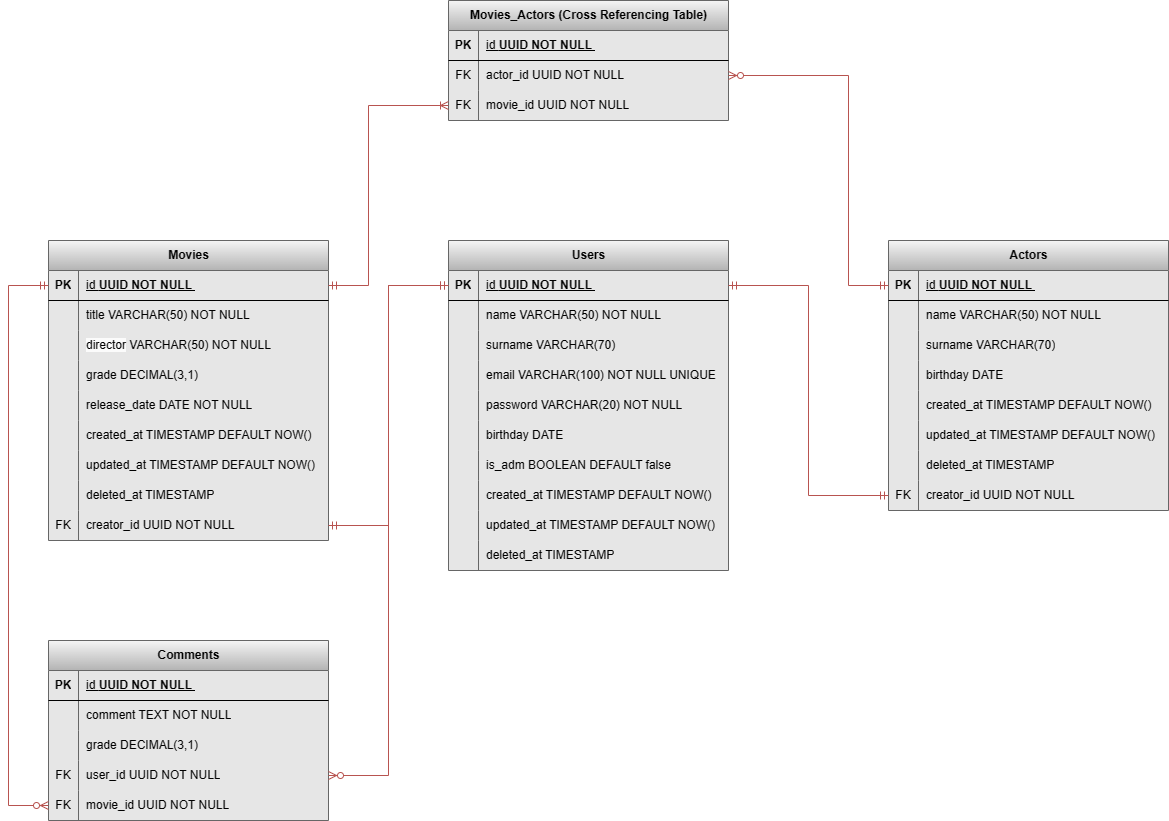
VinofSteel/cinema_grader keeps this draw.io diagram as api/c_grader DER.png. Above is the earlier version. Source tidied: cells renumbered, new cells last; positions are measured from the earlier drawing's top-left corner, leaving out a move shared by most shapes.
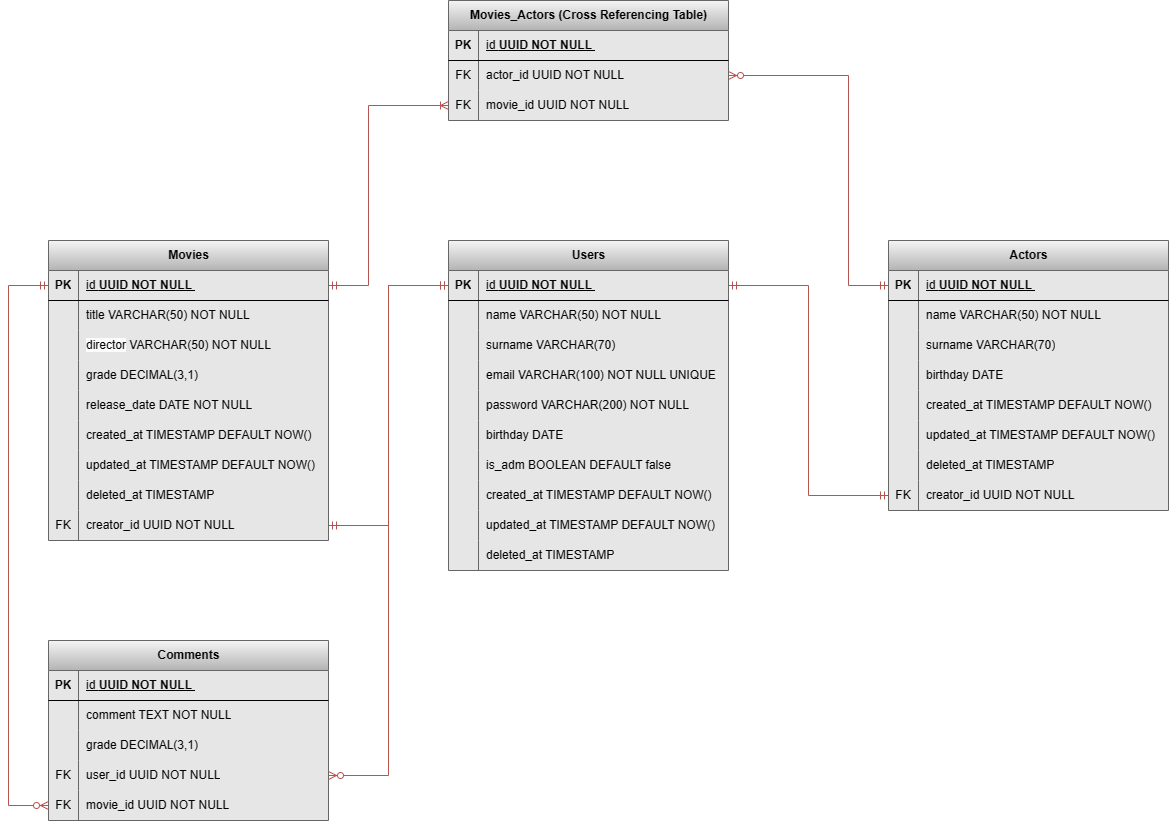
Later version of the same file.

Change to the diagram source:
```diff
@@ -47,7 +47,7 @@
     <mxCell id="16" style="shape=partialRectangle;fillColor=none;top=0;left=0;bottom=0;right=0;overflow=hidden;whiteSpace=wrap;html=1;" parent="15" vertex="1">
       <mxGeometry width="30" height="30" as="geometry" />
     </mxCell>
-    <mxCell id="17" value="password VARCHAR(20) NOT NULL" style="shape=partialRectangle;fillColor=none;top=0;left=0;bottom=0;right=0;align=left;spacingLeft=6;overflow=hidden;whiteSpace=wrap;html=1;" parent="15" vertex="1">
+    <mxCell id="17" value="password VARCHAR(200) NOT NULL" style="shape=partialRectangle;fillColor=none;top=0;left=0;bottom=0;right=0;align=left;spacingLeft=6;overflow=hidden;whiteSpace=wrap;html=1;" parent="15" vertex="1">
       <mxGeometry x="30" width="250" height="30" as="geometry" />
     </mxCell>
     <mxCell id="18" style="shape=tableRow;horizontal=0;startSize=0;swimlaneHead=0;swimlaneBody=0;fillColor=none;top=0;left=0;right=0;bottom=0;" parent="2" vertex="1">
```
